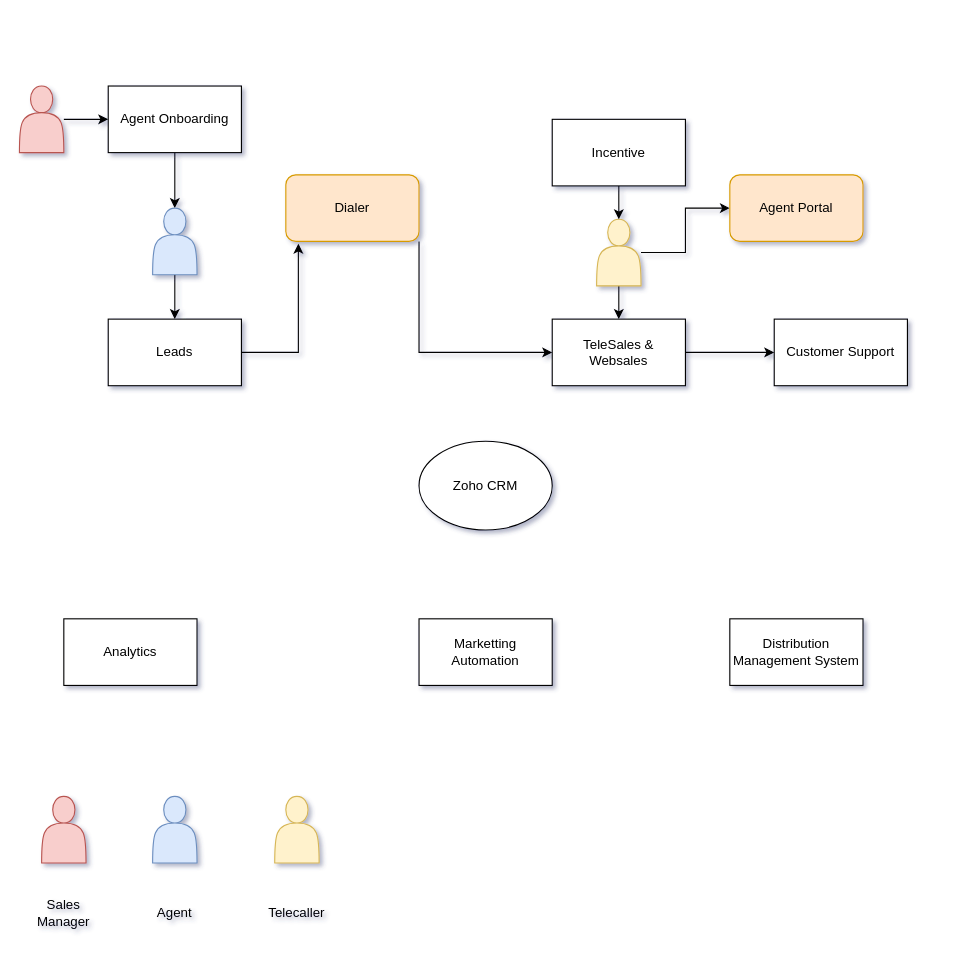
Before: Galaxy process and structure.drawio in shaileshsreedar/Galaxy, a draw.io diagram. Source tidied: cells renumbered, new cells numbered last; positions are measured from the earlier drawing's top-left corner, leaving out a move shared by most shapes. Both pictures are drawn from the tidied source at 111%, with x=0, y=0 at pixel (19, 85).
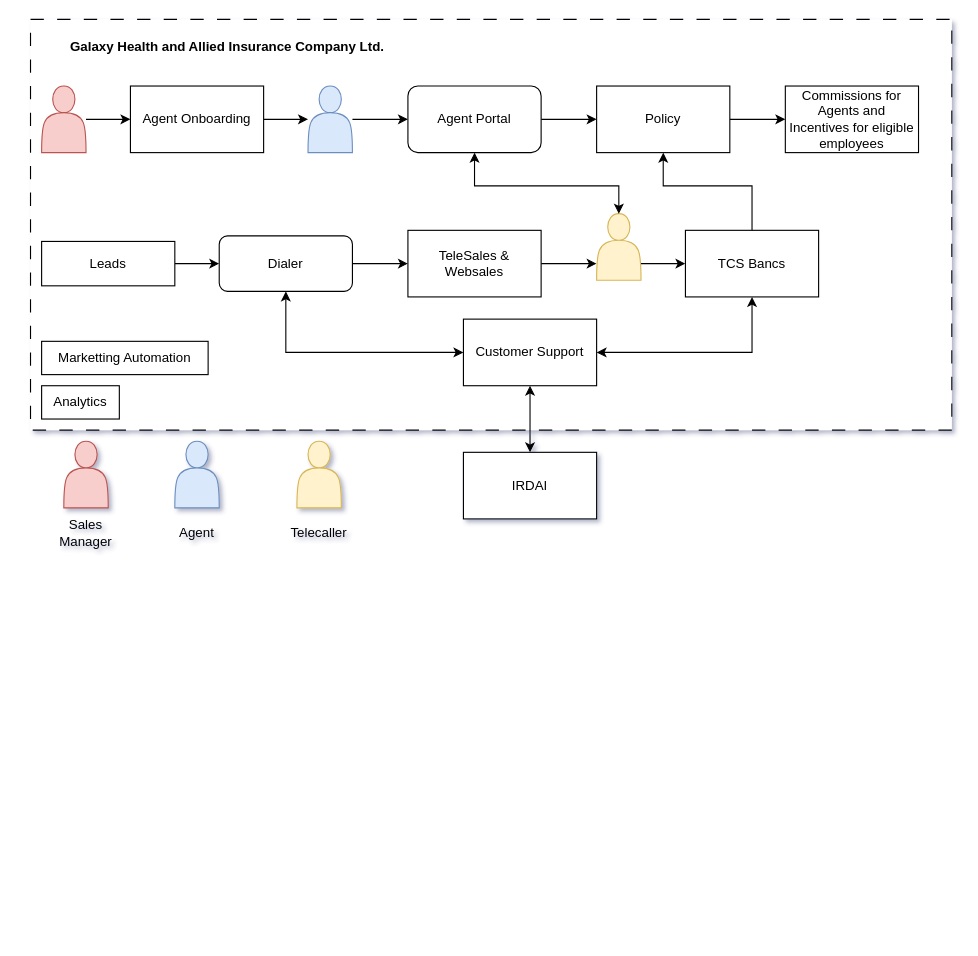
The same page after the edit.

The edit, as a diff of the source:
```diff
@@
+    <mxCell id="31" style="rounded=0;whiteSpace=wrap;html=1;dashed=1;dashPattern=12 12;" parent="1" vertex="1">
+      <mxGeometry x="10" y="-60" width="830" height="370" as="geometry" />
+    </mxCell>
-    <mxCell id="2" style="edgeStyle=orthogonalEdgeStyle;rounded=0;jettySize=auto;html=1;entryX=0.094;entryY=1.033;entryDx=0;entryDy=0;entryPerimeter=0;" parent="1" edge="1" source="3" target="27">
+    <mxCell id="2" style="edgeStyle=orthogonalEdgeStyle;rounded=0;jettySize=auto;html=1;entryX=0;entryY=0.5;entryDx=0;entryDy=0;" parent="1" edge="1" source="3" target="27">
       <mxGeometry relative="1" as="geometry" />
     </mxCell>
     <mxCell id="3" value="Leads" style="rounded=0;whiteSpace=wrap;html=1;" parent="1" vertex="1">
-      <mxGeometry x="80" y="210" width="120" height="60" as="geometry" />
+      <mxGeometry x="20" y="140" width="120" height="40" as="geometry" />
     </mxCell>
-    <mxCell id="4" style="edgeStyle=orthogonalEdgeStyle;rounded=0;jettySize=auto;html=1;exitX=1;exitY=1;exitDx=0;exitDy=0;" parent="1" edge="1" source="27" target="6">
-      <mxGeometry relative="1" as="geometry">
-        <Array as="points">
-          <mxPoint x="360" y="240" />
-        </Array>
-      </mxGeometry>
-    </mxCell>
-    <mxCell id="5" style="edgeStyle=orthogonalEdgeStyle;rounded=0;jettySize=auto;html=1;" parent="1" edge="1" source="6" target="7">
-      <mxGeometry relative="1" as="geometry" />
-    </mxCell>
+    <mxCell id="32" style="edgeStyle=orthogonalEdgeStyle;rounded=0;jettySize=auto;html=1;entryX=0;entryY=0.75;entryDx=0;entryDy=0;" parent="1" edge="1" source="6" target="20">
+      <mxGeometry relative="1" as="geometry" />
+    </mxCell>
     <mxCell id="6" value="TeleSales &amp;amp; Websales" style="rounded=0;whiteSpace=wrap;html=1;" parent="1" vertex="1">
-      <mxGeometry x="480" y="210" width="120" height="60" as="geometry" />
+      <mxGeometry x="350" y="130" width="120" height="60" as="geometry" />
     </mxCell>
     <mxCell id="7" value="Customer Support" style="rounded=0;whiteSpace=wrap;html=1;" parent="1" vertex="1">
-      <mxGeometry x="680" y="210" width="120" height="60" as="geometry" />
+      <mxGeometry x="400" y="210" width="120" height="60" as="geometry" />
     </mxCell>
-    <mxCell id="8" value="Distribution Management System" style="rounded=0;whiteSpace=wrap;html=1;" parent="1" vertex="1">
-      <mxGeometry x="640" y="480" width="120" height="60" as="geometry" />
-    </mxCell>
     <mxCell id="9" value="Marketting Automation" style="rounded=0;whiteSpace=wrap;html=1;" parent="1" vertex="1">
-      <mxGeometry x="360" y="480" width="120" height="60" as="geometry" />
+      <mxGeometry x="20" y="230" width="150" height="30" as="geometry" />
     </mxCell>
     <mxCell id="10" value="Analytics" style="rounded=0;whiteSpace=wrap;html=1;" parent="1" vertex="1">
-      <mxGeometry x="40" y="480" width="120" height="60" as="geometry" />
+      <mxGeometry x="20" y="270" width="70" height="30" as="geometry" />
     </mxCell>
-    <mxCell id="11" value="Zoho CRM" style="ellipse;whiteSpace=wrap;html=1;" parent="1" vertex="1">
-      <mxGeometry x="360" y="320" width="120" height="80" as="geometry" />
-    </mxCell>
@@
     <mxCell id="13" value="Agent Onboarding" style="rounded=0;whiteSpace=wrap;html=1;" parent="1" vertex="1">
-      <mxGeometry x="80" width="120" height="60" as="geometry" />
+      <mxGeometry x="100" width="120" height="60" as="geometry" />
     </mxCell>
@@
     <mxCell id="15" style="shape=actor;whiteSpace=wrap;html=1;fillColor=#f8cecc;strokeColor=#b85450;" parent="1" vertex="1">
-      <mxGeometry width="40" height="60" as="geometry" />
+      <mxGeometry x="20" width="40" height="60" as="geometry" />
     </mxCell>
-    <mxCell id="16" style="edgeStyle=orthogonalEdgeStyle;rounded=0;jettySize=auto;html=1;" parent="1" edge="1" source="17" target="3">
-      <mxGeometry relative="1" as="geometry" />
-    </mxCell>
+    <mxCell id="33" style="edgeStyle=orthogonalEdgeStyle;rounded=0;jettySize=auto;html=1;entryX=0;entryY=0.5;entryDx=0;entryDy=0;" parent="1" edge="1" source="17" target="28">
+      <mxGeometry relative="1" as="geometry" />
+    </mxCell>
     <mxCell id="17" style="shape=actor;whiteSpace=wrap;html=1;fillColor=#dae8fc;strokeColor=#6c8ebf;" parent="1" vertex="1">
-      <mxGeometry x="120" y="110" width="40" height="60" as="geometry" />
+      <mxGeometry x="260" width="40" height="60" as="geometry" />
     </mxCell>
-    <mxCell id="18" style="edgeStyle=orthogonalEdgeStyle;rounded=0;jettySize=auto;html=1;" parent="1" edge="1" source="20" target="6">
-      <mxGeometry relative="1" as="geometry" />
-    </mxCell>
-    <mxCell id="19" style="edgeStyle=orthogonalEdgeStyle;rounded=0;jettySize=auto;html=1;" parent="1" edge="1" source="20" target="28">
-      <mxGeometry relative="1" as="geometry" />
-    </mxCell>
     <mxCell id="20" style="shape=actor;whiteSpace=wrap;html=1;fillColor=#fff2cc;strokeColor=#d6b656;" parent="1" vertex="1">
-      <mxGeometry x="520" y="120" width="40" height="60" as="geometry" />
+      <mxGeometry x="520" y="115" width="40" height="60" as="geometry" />
     </mxCell>
     <mxCell id="21" style="shape=actor;whiteSpace=wrap;html=1;fillColor=#f8cecc;strokeColor=#b85450;" parent="1" vertex="1">
-      <mxGeometry x="20" y="640" width="40" height="60" as="geometry" />
+      <mxGeometry x="40" y="320" width="40" height="60" as="geometry" />
     </mxCell>
     <mxCell id="22" value="Sales Manager" style="text;html=1;align=center;verticalAlign=middle;whiteSpace=wrap;rounded=0;" parent="1" vertex="1">
-      <mxGeometry x="10" y="730" width="60" height="30" as="geometry" />
+      <mxGeometry x="30" y="388" width="60" height="30" as="geometry" />
     </mxCell>
     <mxCell id="23" style="shape=actor;whiteSpace=wrap;html=1;fillColor=#dae8fc;strokeColor=#6c8ebf;" parent="1" vertex="1">
-      <mxGeometry x="120" y="640" width="40" height="60" as="geometry" />
+      <mxGeometry x="140" y="320" width="40" height="60" as="geometry" />
     </mxCell>
     <mxCell id="24" value="Agent" style="text;html=1;align=center;verticalAlign=middle;whiteSpace=wrap;rounded=0;" parent="1" vertex="1">
-      <mxGeometry x="110" y="730" width="60" height="30" as="geometry" />
+      <mxGeometry x="130" y="388" width="60" height="30" as="geometry" />
     </mxCell>
     <mxCell id="25" style="shape=actor;whiteSpace=wrap;html=1;fillColor=#fff2cc;strokeColor=#d6b656;" parent="1" vertex="1">
-      <mxGeometry x="230" y="640" width="40" height="60" as="geometry" />
+      <mxGeometry x="250" y="320" width="40" height="60" as="geometry" />
     </mxCell>
     <mxCell id="26" value="Telecaller" style="text;html=1;align=center;verticalAlign=middle;whiteSpace=wrap;rounded=0;" parent="1" vertex="1">
-      <mxGeometry x="220" y="730" width="60" height="30" as="geometry" />
+      <mxGeometry x="240" y="388" width="60" height="30" as="geometry" />
     </mxCell>
+    <mxCell id="4" style="edgeStyle=orthogonalEdgeStyle;rounded=0;jettySize=auto;html=1;" parent="1" edge="1" source="27" target="6">
+      <mxGeometry relative="1" as="geometry" />
+    </mxCell>
-    <mxCell id="27" value="Dialer" style="rounded=1;whiteSpace=wrap;html=1;fillColor=#ffe6cc;strokeColor=#d79b00;" parent="1" vertex="1">
-      <mxGeometry x="240" y="80" width="120" height="60" as="geometry" />
+    <mxCell id="27" value="Dialer" style="rounded=1;whiteSpace=wrap;html=1;" parent="1" vertex="1">
+      <mxGeometry x="180" y="135" width="120" height="50" as="geometry" />
     </mxCell>
+    <mxCell id="34" style="edgeStyle=orthogonalEdgeStyle;rounded=0;jettySize=auto;html=1;entryX=0;entryY=0.5;entryDx=0;entryDy=0;" parent="1" edge="1" source="28" target="36">
+      <mxGeometry relative="1" as="geometry" />
+    </mxCell>
-    <mxCell id="28" value="Agent Portal" style="rounded=1;whiteSpace=wrap;html=1;fillColor=#ffe6cc;strokeColor=#d79b00;" parent="1" vertex="1">
-      <mxGeometry x="640" y="80" width="120" height="60" as="geometry" />
+    <mxCell id="28" value="Agent Portal" style="rounded=1;whiteSpace=wrap;html=1;" parent="1" vertex="1">
+      <mxGeometry x="350" width="120" height="60" as="geometry" />
     </mxCell>
-    <mxCell id="29" style="edgeStyle=orthogonalEdgeStyle;rounded=0;jettySize=auto;html=1;" parent="1" edge="1" source="30" target="20">
-      <mxGeometry relative="1" as="geometry" />
-    </mxCell>
-    <mxCell id="30" value="Incentive" style="rounded=0;whiteSpace=wrap;html=1;" parent="1" vertex="1">
-      <mxGeometry x="480" y="30" width="120" height="60" as="geometry" />
-    </mxCell>
+    <mxCell id="35" style="edgeStyle=orthogonalEdgeStyle;rounded=0;jettySize=auto;html=1;" parent="1" edge="1" source="36" target="37">
+      <mxGeometry relative="1" as="geometry" />
+    </mxCell>
+    <mxCell id="36" value="Policy" style="rounded=0;whiteSpace=wrap;html=1;" parent="1" vertex="1">
+      <mxGeometry x="520" width="120" height="60" as="geometry" />
+    </mxCell>
+    <mxCell id="37" value="Commissions for Agents and Incentives for eligible employees" style="rounded=0;whiteSpace=wrap;html=1;" parent="1" vertex="1">
+      <mxGeometry x="690" width="120" height="60" as="geometry" />
+    </mxCell>
+    <mxCell id="19" style="endArrow=classic;startArrow=classic;html=1;rounded=0;exitX=0.5;exitY=0;exitDx=0;exitDy=0;entryX=0.5;entryY=1;entryDx=0;entryDy=0;" parent="1" edge="1" source="20" target="28">
+      <mxGeometry relative="1" as="geometry">
+        <Array as="points">
+          <mxPoint x="540" y="90" />
+          <mxPoint x="410" y="90" />
+        </Array>
+      </mxGeometry>
+    </mxCell>
+    <mxCell id="38" value="TCS Bancs" style="rounded=0;whiteSpace=wrap;html=1;" parent="1" vertex="1">
+      <mxGeometry x="600" y="130" width="120" height="60" as="geometry" />
+    </mxCell>
+    <mxCell id="39" style="endArrow=classic;html=1;rounded=0;exitX=1;exitY=0.75;exitDx=0;exitDy=0;entryX=0;entryY=0.5;entryDx=0;entryDy=0;" parent="1" edge="1" source="20" target="38">
+      <mxGeometry relative="1" as="geometry" />
+    </mxCell>
+    <mxCell id="40" style="endArrow=classic;html=1;rounded=0;exitX=0.5;exitY=0;exitDx=0;exitDy=0;entryX=0.5;entryY=1;entryDx=0;entryDy=0;" parent="1" edge="1" source="38" target="36">
+      <mxGeometry relative="1" as="geometry">
+        <Array as="points">
+          <mxPoint x="660" y="90" />
+          <mxPoint x="580" y="90" />
+        </Array>
+      </mxGeometry>
+    </mxCell>
+    <mxCell id="41" style="endArrow=classic;startArrow=classic;html=1;rounded=0;exitX=0;exitY=0.5;exitDx=0;exitDy=0;entryX=0.5;entryY=1;entryDx=0;entryDy=0;" parent="1" edge="1" source="7" target="27">
+      <mxGeometry relative="1" as="geometry">
+        <Array as="points">
+          <mxPoint x="240" y="240" />
+        </Array>
+      </mxGeometry>
+    </mxCell>
+    <mxCell id="42" style="endArrow=classic;startArrow=classic;html=1;rounded=0;exitX=1;exitY=0.5;exitDx=0;exitDy=0;entryX=0.5;entryY=1;entryDx=0;entryDy=0;" parent="1" edge="1" source="7" target="38">
+      <mxGeometry relative="1" as="geometry">
+        <Array as="points">
+          <mxPoint x="660" y="240" />
+        </Array>
+      </mxGeometry>
+    </mxCell>
+    <mxCell id="43" value="IRDAI" style="rounded=0;whiteSpace=wrap;html=1;" parent="1" vertex="1">
+      <mxGeometry x="400" y="330" width="120" height="60" as="geometry" />
+    </mxCell>
+    <mxCell id="44" style="endArrow=classic;startArrow=classic;html=1;rounded=0;exitX=0.5;exitY=0;exitDx=0;exitDy=0;entryX=0.5;entryY=1;entryDx=0;entryDy=0;" parent="1" edge="1" source="43" target="7">
+      <mxGeometry relative="1" as="geometry" />
+    </mxCell>
+    <mxCell id="45" value="&lt;b&gt;Galaxy Health and Allied Insurance Company Ltd.&lt;/b&gt;" style="text;strokeColor=none;fillColor=none;align=left;verticalAlign=middle;spacingLeft=4;spacingRight=4;overflow=hidden;whiteSpace=wrap;html=1;" parent="1" vertex="1">
+      <mxGeometry x="40" y="-50" width="300" height="30" as="geometry" />
+    </mxCell>
```
